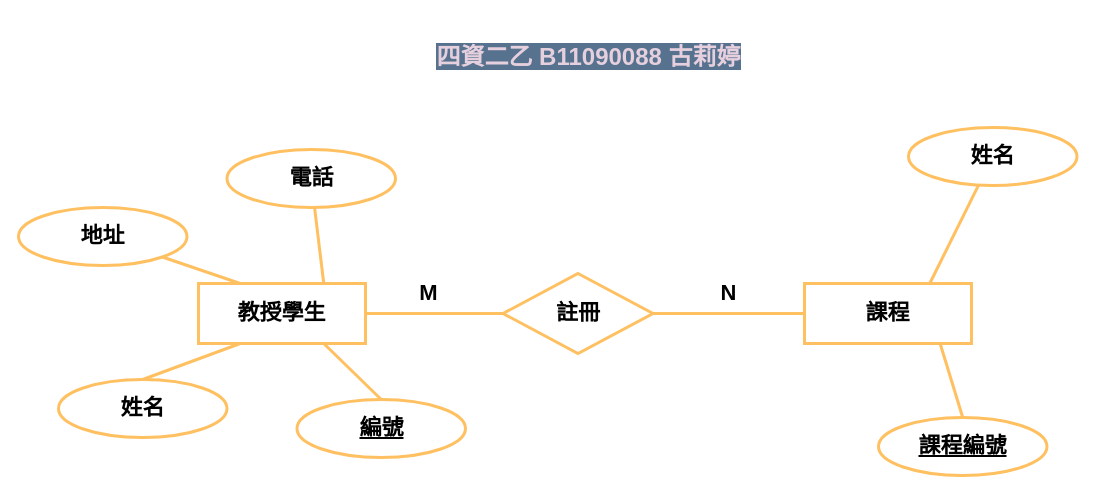
The draw.io diagram 實體關聯圖1022-2.drawio in nomicha/draw.io, before the edit. Source tidied: cells renumbered, new cells numbered last; positions are measured from the earlier drawing's top-left corner, leaving out a move shared by most shapes. Both pictures are drawn from the tidied source at 100%, with x=0, y=0 at pixel (18, 17).
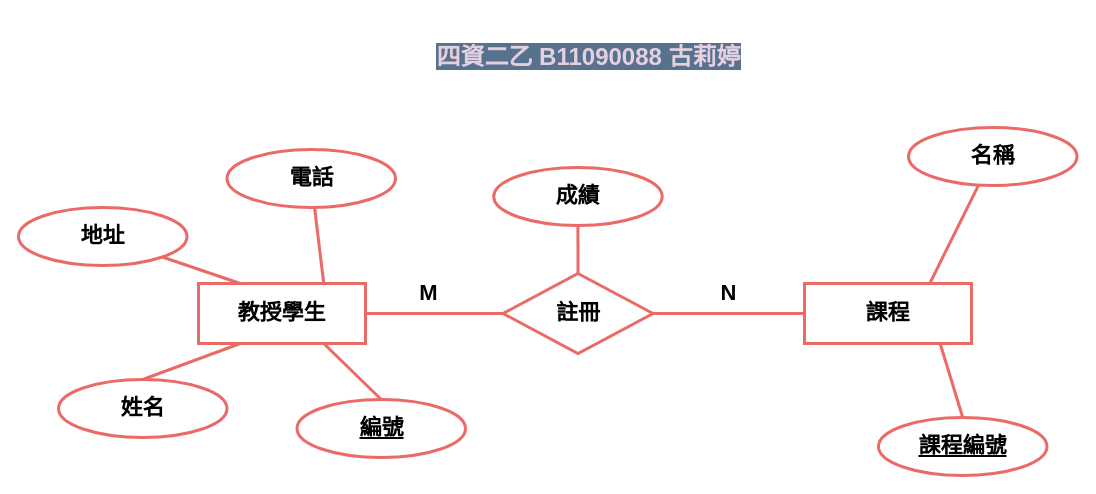
The same diagram, later.

Commit message:
更新實體關聯圖1022-2.drawio

Diff of the diagram source:
```diff
@@
+    <mxCell id="22" style="group;" parent="1" vertex="1">
+      <mxGeometry width="1058.5" height="458" as="geometry" />
+    </mxCell>
-    <mxCell id="2" value="&lt;h1 style=&quot;text-align:right&quot;&gt;&lt;font color=&quot;#e6d0de&quot; style=&quot;background-color: rgb(86, 114, 143);&quot;&gt;四資二乙&lt;span style=&quot;&quot; lang=&quot;EN-US&quot;&gt; B11090088 &lt;/span&gt;&lt;span style=&quot;font-family: 新細明體, serif;&quot;&gt;古莉婷&lt;/span&gt;&lt;/font&gt;&lt;/h1&gt;&lt;p style=&quot;text-align:right&quot; align=&quot;right&quot; class=&quot;MsoNormal&quot;&gt;&lt;span lang=&quot;EN-US&quot;&gt;&lt;/span&gt;&lt;/p&gt;" style="text;html=1;align=center;verticalAlign=middle;strokeColor=none;fillColor=none;" parent="1" vertex="1">
+    <mxCell id="2" value="&lt;h1 style=&quot;text-align:right&quot;&gt;&lt;font color=&quot;#e6d0de&quot; style=&quot;background-color: rgb(86, 114, 143);&quot;&gt;四資二乙&lt;span style=&quot;&quot; lang=&quot;EN-US&quot;&gt; B11090088 &lt;/span&gt;&lt;span style=&quot;font-family: 新細明體, serif;&quot;&gt;古莉婷&lt;/span&gt;&lt;/font&gt;&lt;/h1&gt;&lt;p style=&quot;text-align:right&quot; align=&quot;right&quot; class=&quot;MsoNormal&quot;&gt;&lt;span lang=&quot;EN-US&quot;&gt;&lt;/span&gt;&lt;/p&gt;" style="text;html=1;align=center;verticalAlign=middle;strokeColor=none;fillColor=none;" parent="22" vertex="1">
       <mxGeometry x="405" width="330" height="80" as="geometry" />
     </mxCell>
-    <mxCell id="3" value="&lt;font size=&quot;1&quot; style=&quot;&quot;&gt;&lt;b style=&quot;font-size: 22px;&quot;&gt;課程&lt;/b&gt;&lt;/font&gt;" style="rounded=0;whiteSpace=wrap;html=1;strokeWidth=3;fillColor=none;strokeColor=#FFC061;" parent="1" vertex="1">
+    <mxCell id="3" value="&lt;font size=&quot;1&quot; style=&quot;&quot;&gt;&lt;b style=&quot;font-size: 22px;&quot;&gt;課程&lt;/b&gt;&lt;/font&gt;" style="rounded=0;whiteSpace=wrap;html=1;strokeWidth=3;fillColor=none;strokeColor=#EA6B66;" parent="22" vertex="1">
       <mxGeometry x="786" y="266" width="167" height="60" as="geometry" />
     </mxCell>
-    <mxCell id="4" style="rounded=0;jettySize=auto;html=1;exitX=0.5;exitY=0;exitDx=0;exitDy=0;endArrow=none;endFill=0;strokeWidth=3;strokeColor=#FFC061;entryX=0.814;entryY=1.017;entryDx=0;entryDy=0;entryPerimeter=0;" parent="1" edge="1" source="5" target="3">
+    <mxCell id="4" style="rounded=0;jettySize=auto;html=1;exitX=0.5;exitY=0;exitDx=0;exitDy=0;endArrow=none;endFill=0;strokeWidth=3;strokeColor=#EA6B66;entryX=0.814;entryY=1.017;entryDx=0;entryDy=0;entryPerimeter=0;" parent="22" edge="1" source="5" target="3">
       <mxGeometry relative="1" as="geometry" />
     </mxCell>
-    <mxCell id="5" value="&lt;font style=&quot;font-size: 22px;&quot;&gt;&lt;b&gt;&lt;u&gt;課程編號&lt;/u&gt;&lt;/b&gt;&lt;/font&gt;" style="ellipse;whiteSpace=wrap;html=1;strokeWidth=3;strokeColor=#FFC061;" parent="1" vertex="1">
+    <mxCell id="5" value="&lt;font style=&quot;font-size: 22px;&quot;&gt;&lt;b&gt;&lt;u&gt;課程編號&lt;/u&gt;&lt;/b&gt;&lt;/font&gt;" style="ellipse;whiteSpace=wrap;html=1;strokeWidth=3;strokeColor=#EA6B66;" parent="22" vertex="1">
       <mxGeometry x="860" y="400" width="168.5" height="58" as="geometry" />
     </mxCell>
-    <mxCell id="6" style="rounded=0;jettySize=auto;html=1;entryX=0.75;entryY=0;entryDx=0;entryDy=0;strokeWidth=3;strokeColor=#FFC061;endArrow=none;endFill=0;" parent="1" edge="1" source="7" target="3">
+    <mxCell id="6" style="rounded=0;jettySize=auto;html=1;entryX=0.75;entryY=0;entryDx=0;entryDy=0;strokeWidth=3;strokeColor=#EA6B66;endArrow=none;endFill=0;" parent="22" edge="1" source="7" target="3">
       <mxGeometry relative="1" as="geometry" />
     </mxCell>
-    <mxCell id="7" value="&lt;font style=&quot;font-size: 22px;&quot;&gt;&lt;b&gt;姓名&lt;/b&gt;&lt;/font&gt;" style="ellipse;whiteSpace=wrap;html=1;strokeWidth=3;strokeColor=#FFC061;" parent="1" vertex="1">
+    <mxCell id="7" value="&lt;font style=&quot;font-size: 22px;&quot;&gt;&lt;b&gt;名稱&lt;/b&gt;&lt;/font&gt;" style="ellipse;whiteSpace=wrap;html=1;strokeWidth=3;strokeColor=#EA6B66;" parent="22" vertex="1">
       <mxGeometry x="890" y="110" width="168.5" height="58" as="geometry" />
     </mxCell>
-    <mxCell id="8" style="rounded=0;jettySize=auto;html=1;exitX=1;exitY=0.5;exitDx=0;exitDy=0;entryX=0;entryY=0.5;entryDx=0;entryDy=0;startArrow=none;startFill=0;endArrow=none;endFill=0;strokeWidth=3;strokeColor=#FFC061;" parent="1" edge="1" source="9" target="19">
-      <mxGeometry relative="1" as="geometry" />
-    </mxCell>
-    <mxCell id="9" value="&lt;span style=&quot;font-size: 22px;&quot;&gt;&lt;b&gt;教授學生&lt;/b&gt;&lt;/span&gt;" style="rounded=0;whiteSpace=wrap;html=1;strokeWidth=3;fillColor=none;strokeColor=#FFC061;" parent="1" vertex="1">
+    <mxCell id="9" value="&lt;span style=&quot;font-size: 22px;&quot;&gt;&lt;b&gt;教授學生&lt;/b&gt;&lt;/span&gt;" style="rounded=0;whiteSpace=wrap;html=1;strokeWidth=3;fillColor=none;strokeColor=#EA6B66;" parent="22" vertex="1">
       <mxGeometry x="180" y="266" width="167" height="60" as="geometry" />
     </mxCell>
-    <mxCell id="10" style="rounded=0;jettySize=auto;html=1;exitX=0.5;exitY=0;exitDx=0;exitDy=0;entryX=0.75;entryY=1;entryDx=0;entryDy=0;endArrow=none;endFill=0;strokeWidth=3;strokeColor=#FFC061;" parent="1" edge="1" source="11" target="9">
+    <mxCell id="10" style="rounded=0;jettySize=auto;html=1;exitX=0.5;exitY=0;exitDx=0;exitDy=0;entryX=0.75;entryY=1;entryDx=0;entryDy=0;endArrow=none;endFill=0;strokeWidth=3;strokeColor=#EA6B66;" parent="22" edge="1" source="11" target="9">
       <mxGeometry relative="1" as="geometry" />
     </mxCell>
-    <mxCell id="11" value="&lt;span style=&quot;font-size: 22px;&quot;&gt;&lt;b&gt;&lt;u&gt;編號&lt;/u&gt;&lt;/b&gt;&lt;/span&gt;" style="ellipse;whiteSpace=wrap;html=1;strokeWidth=3;strokeColor=#FFC061;" parent="1" vertex="1">
+    <mxCell id="11" value="&lt;span style=&quot;font-size: 22px;&quot;&gt;&lt;b&gt;&lt;u&gt;編號&lt;/u&gt;&lt;/b&gt;&lt;/span&gt;" style="ellipse;whiteSpace=wrap;html=1;strokeWidth=3;strokeColor=#EA6B66;" parent="22" vertex="1">
       <mxGeometry x="278.5" y="382" width="168.5" height="58" as="geometry" />
     </mxCell>
-    <mxCell id="12" style="rounded=0;jettySize=auto;html=1;exitX=0.5;exitY=0;exitDx=0;exitDy=0;entryX=0.25;entryY=1;entryDx=0;entryDy=0;endArrow=none;endFill=0;strokeWidth=3;strokeColor=#FFC061;" parent="1" edge="1" source="13" target="9">
+    <mxCell id="12" style="rounded=0;jettySize=auto;html=1;exitX=0.5;exitY=0;exitDx=0;exitDy=0;entryX=0.25;entryY=1;entryDx=0;entryDy=0;endArrow=none;endFill=0;strokeWidth=3;strokeColor=#EA6B66;" parent="22" edge="1" source="13" target="9">
       <mxGeometry relative="1" as="geometry" />
     </mxCell>
-    <mxCell id="13" value="&lt;font style=&quot;font-size: 22px;&quot;&gt;&lt;b&gt;姓名&lt;/b&gt;&lt;/font&gt;" style="ellipse;whiteSpace=wrap;html=1;strokeWidth=3;strokeColor=#FFC061;" parent="1" vertex="1">
+    <mxCell id="13" value="&lt;font style=&quot;font-size: 22px;&quot;&gt;&lt;b&gt;姓名&lt;/b&gt;&lt;/font&gt;" style="ellipse;whiteSpace=wrap;html=1;strokeWidth=3;strokeColor=#EA6B66;" parent="22" vertex="1">
       <mxGeometry x="40" y="362" width="168.5" height="58" as="geometry" />
     </mxCell>
-    <mxCell id="14" style="rounded=0;jettySize=auto;html=1;entryX=0.25;entryY=0;entryDx=0;entryDy=0;endArrow=none;endFill=0;strokeWidth=3;strokeColor=#FFC061;" parent="1" edge="1" source="15" target="9">
+    <mxCell id="14" style="rounded=0;jettySize=auto;html=1;entryX=0.25;entryY=0;entryDx=0;entryDy=0;endArrow=none;endFill=0;strokeWidth=3;strokeColor=#EA6B66;" parent="22" edge="1" source="15" target="9">
       <mxGeometry relative="1" as="geometry" />
     </mxCell>
-    <mxCell id="15" value="&lt;font style=&quot;font-size: 22px;&quot;&gt;&lt;b&gt;地址&lt;/b&gt;&lt;/font&gt;" style="ellipse;whiteSpace=wrap;html=1;strokeWidth=3;strokeColor=#FFC061;" parent="1" vertex="1">
+    <mxCell id="15" value="&lt;font style=&quot;font-size: 22px;&quot;&gt;&lt;b&gt;地址&lt;/b&gt;&lt;/font&gt;" style="ellipse;whiteSpace=wrap;html=1;strokeWidth=3;strokeColor=#EA6B66;" parent="22" vertex="1">
       <mxGeometry y="190" width="168.5" height="58" as="geometry" />
     </mxCell>
-    <mxCell id="16" style="rounded=0;jettySize=auto;html=1;entryX=0.75;entryY=0;entryDx=0;entryDy=0;strokeWidth=3;startArrow=none;startFill=0;endArrow=none;endFill=0;strokeColor=#FFC061;" parent="1" edge="1" source="17" target="9">
+    <mxCell id="16" style="rounded=0;jettySize=auto;html=1;entryX=0.75;entryY=0;entryDx=0;entryDy=0;strokeWidth=3;startArrow=none;startFill=0;endArrow=none;endFill=0;strokeColor=#EA6B66;" parent="22" edge="1" source="17" target="9">
       <mxGeometry relative="1" as="geometry" />
     </mxCell>
-    <mxCell id="17" value="&lt;span style=&quot;font-size: 22px;&quot;&gt;&lt;b&gt;電話&lt;/b&gt;&lt;/span&gt;" style="ellipse;whiteSpace=wrap;html=1;strokeWidth=3;strokeColor=#FFC061;" parent="1" vertex="1">
+    <mxCell id="17" value="&lt;span style=&quot;font-size: 22px;&quot;&gt;&lt;b&gt;電話&lt;/b&gt;&lt;/span&gt;" style="ellipse;whiteSpace=wrap;html=1;strokeWidth=3;strokeColor=#EA6B66;" parent="22" vertex="1">
       <mxGeometry x="208.5" y="132" width="168.5" height="58" as="geometry" />
     </mxCell>
-    <mxCell id="18" style="rounded=0;jettySize=auto;html=1;entryX=0;entryY=0.5;entryDx=0;entryDy=0;endArrow=none;endFill=0;strokeColor=#FFC061;strokeWidth=3;" parent="1" edge="1" source="19" target="3">
+    <mxCell id="18" style="rounded=0;jettySize=auto;html=1;entryX=0;entryY=0.5;entryDx=0;entryDy=0;endArrow=none;endFill=0;strokeColor=#EA6B66;strokeWidth=3;" parent="22" edge="1" source="19" target="3">
       <mxGeometry relative="1" as="geometry" />
     </mxCell>
-    <mxCell id="19" value="&lt;font style=&quot;font-size: 22px;&quot;&gt;&lt;b&gt;註冊&lt;/b&gt;&lt;/font&gt;" style="rhombus;whiteSpace=wrap;html=1;strokeWidth=3;fillColor=none;strokeColor=#FFC061;" parent="1" vertex="1">
+    <mxCell id="19" value="&lt;font style=&quot;font-size: 22px;&quot;&gt;&lt;b&gt;註冊&lt;/b&gt;&lt;/font&gt;" style="rhombus;whiteSpace=wrap;html=1;strokeWidth=3;fillColor=none;strokeColor=#EA6B66;" parent="22" vertex="1">
       <mxGeometry x="484.5" y="256" width="150" height="80" as="geometry" />
     </mxCell>
+    <mxCell id="8" style="rounded=0;jettySize=auto;html=1;exitX=1;exitY=0.5;exitDx=0;exitDy=0;entryX=0;entryY=0.5;entryDx=0;entryDy=0;startArrow=none;startFill=0;endArrow=none;endFill=0;strokeWidth=3;strokeColor=#EA6B66;" parent="22" edge="1" source="9" target="19">
+      <mxGeometry relative="1" as="geometry" />
+    </mxCell>
-    <mxCell id="20" value="&lt;font style=&quot;font-size: 22px;&quot;&gt;&lt;b&gt;M&lt;/b&gt;&lt;/font&gt;" style="text;html=1;align=center;verticalAlign=middle;strokeColor=none;fillColor=none;" parent="1" vertex="1">
+    <mxCell id="20" value="&lt;font style=&quot;font-size: 22px;&quot;&gt;&lt;b&gt;M&lt;/b&gt;&lt;/font&gt;" style="text;html=1;align=center;verticalAlign=middle;strokeColor=none;fillColor=none;" parent="22" vertex="1">
       <mxGeometry x="390" y="256" width="40" height="40" as="geometry" />
     </mxCell>
-    <mxCell id="21" value="&lt;font style=&quot;font-size: 22px;&quot;&gt;&lt;b&gt;N&lt;/b&gt;&lt;/font&gt;" style="text;html=1;align=center;verticalAlign=middle;strokeColor=none;fillColor=none;" parent="1" vertex="1">
+    <mxCell id="21" value="&lt;font style=&quot;font-size: 22px;&quot;&gt;&lt;b&gt;N&lt;/b&gt;&lt;/font&gt;" style="text;html=1;align=center;verticalAlign=middle;strokeColor=none;fillColor=none;" parent="22" vertex="1">
       <mxGeometry x="690" y="256" width="40" height="40" as="geometry" />
     </mxCell>
+    <mxCell id="23" style="rounded=0;jettySize=auto;html=1;exitX=0.5;exitY=1;exitDx=0;exitDy=0;entryX=0.5;entryY=0;entryDx=0;entryDy=0;endArrow=none;endFill=0;strokeWidth=3;strokeColor=#EA6B66;" parent="22" edge="1" source="24" target="19">
+      <mxGeometry relative="1" as="geometry" />
+    </mxCell>
+    <mxCell id="24" value="&lt;span style=&quot;font-size: 22px;&quot;&gt;&lt;b&gt;成績&lt;/b&gt;&lt;/span&gt;" style="ellipse;whiteSpace=wrap;html=1;strokeWidth=3;strokeColor=#EA6B66;" parent="22" vertex="1">
+      <mxGeometry x="475.2" y="150" width="168.5" height="58" as="geometry" />
+    </mxCell>
```
